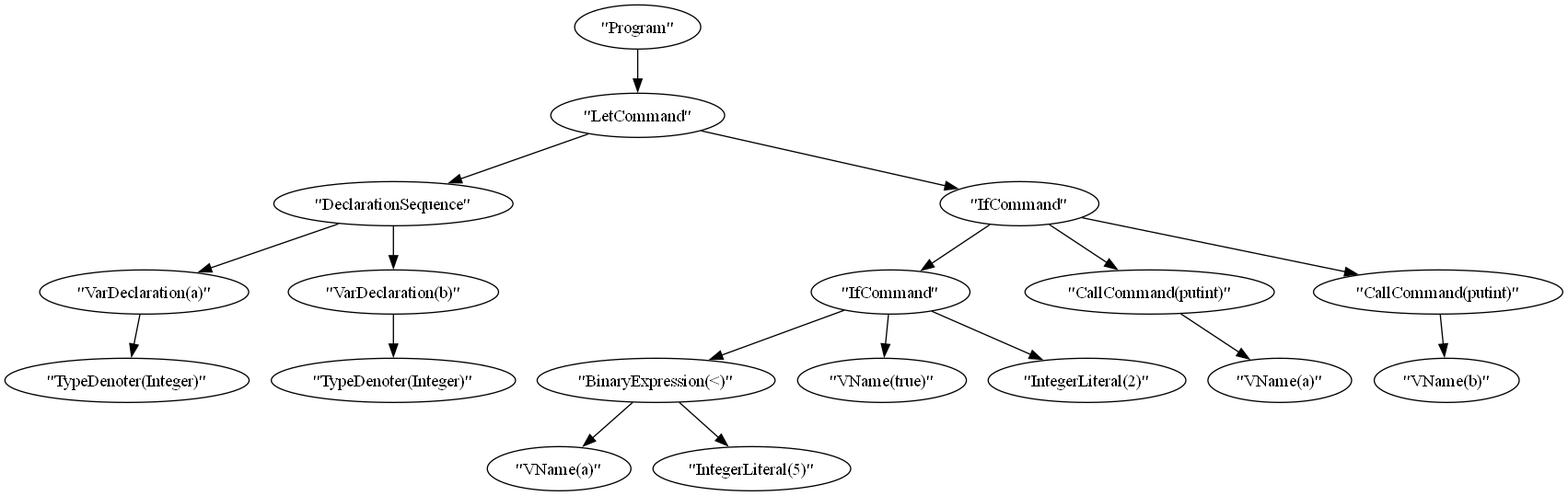
Before: tree.png, a diagram exported from Graphviz (GFiatt/Parser-Triangle). Its source is kept beside it as Outputs/tree.dot.
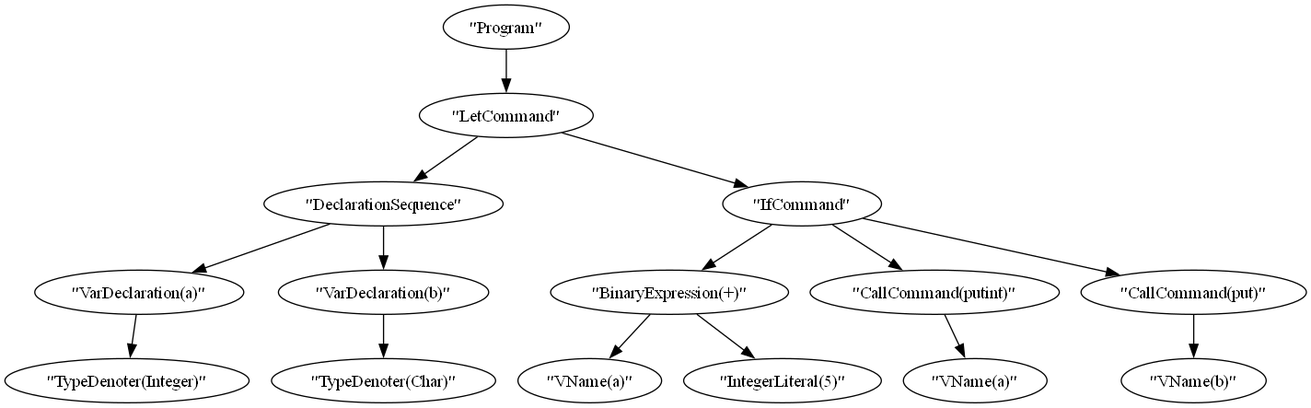
The same file after the commit.

Diff of the diagram source:
```diff
@@ -5,18 +5,15 @@
     3 [ label = "\"VarDeclaration(a)\"" ]
     4 [ label = "\"TypeDenoter(Integer)\"" ]
     5 [ label = "\"VarDeclaration(b)\"" ]
-    6 [ label = "\"TypeDenoter(Integer)\"" ]
+    6 [ label = "\"TypeDenoter(Char)\"" ]
     7 [ label = "\"IfCommand\"" ]
-    8 [ label = "\"IfCommand\"" ]
-    9 [ label = "\"BinaryExpression(<)\"" ]
-    10 [ label = "\"VName(a)\"" ]
-    11 [ label = "\"IntegerLiteral(5)\"" ]
-    12 [ label = "\"VName(true)\"" ]
-    13 [ label = "\"IntegerLiteral(2)\"" ]
-    14 [ label = "\"CallCommand(putint)\"" ]
-    15 [ label = "\"VName(a)\"" ]
-    16 [ label = "\"CallCommand(putint)\"" ]
-    17 [ label = "\"VName(b)\"" ]
+    8 [ label = "\"BinaryExpression(+)\"" ]
+    9 [ label = "\"VName(a)\"" ]
+    10 [ label = "\"IntegerLiteral(5)\"" ]
+    11 [ label = "\"CallCommand(putint)\"" ]
+    12 [ label = "\"VName(a)\"" ]
+    13 [ label = "\"CallCommand(put)\"" ]
+    14 [ label = "\"VName(b)\"" ]
     0 -> 1 [ ]
     1 -> 2 [ ]
     2 -> 3 [ ]
@@ -26,12 +23,9 @@
     1 -> 7 [ ]
     7 -> 8 [ ]
     8 -> 9 [ ]
-    9 -> 10 [ ]
-    9 -> 11 [ ]
-    8 -> 12 [ ]
-    8 -> 13 [ ]
-    7 -> 14 [ ]
-    14 -> 15 [ ]
-    7 -> 16 [ ]
-    16 -> 17 [ ]
+    8 -> 10 [ ]
+    7 -> 11 [ ]
+    11 -> 12 [ ]
+    7 -> 13 [ ]
+    13 -> 14 [ ]
 }
```
